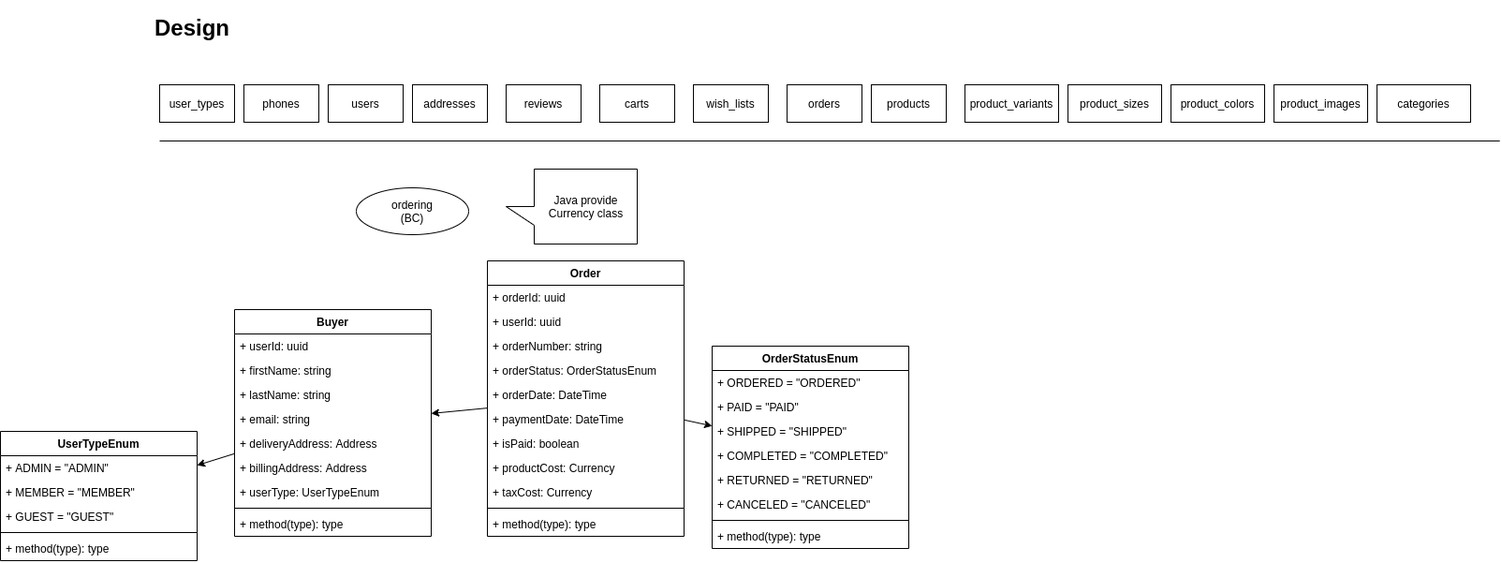
Earlier version of the draw.io export backend-uml.png (stsiwo/e-commerce-starter-kits). Source tidied: cells renumbered, new cells last; positions are measured from the earlier drawing's top-left corner, leaving out a move shared by most shapes.
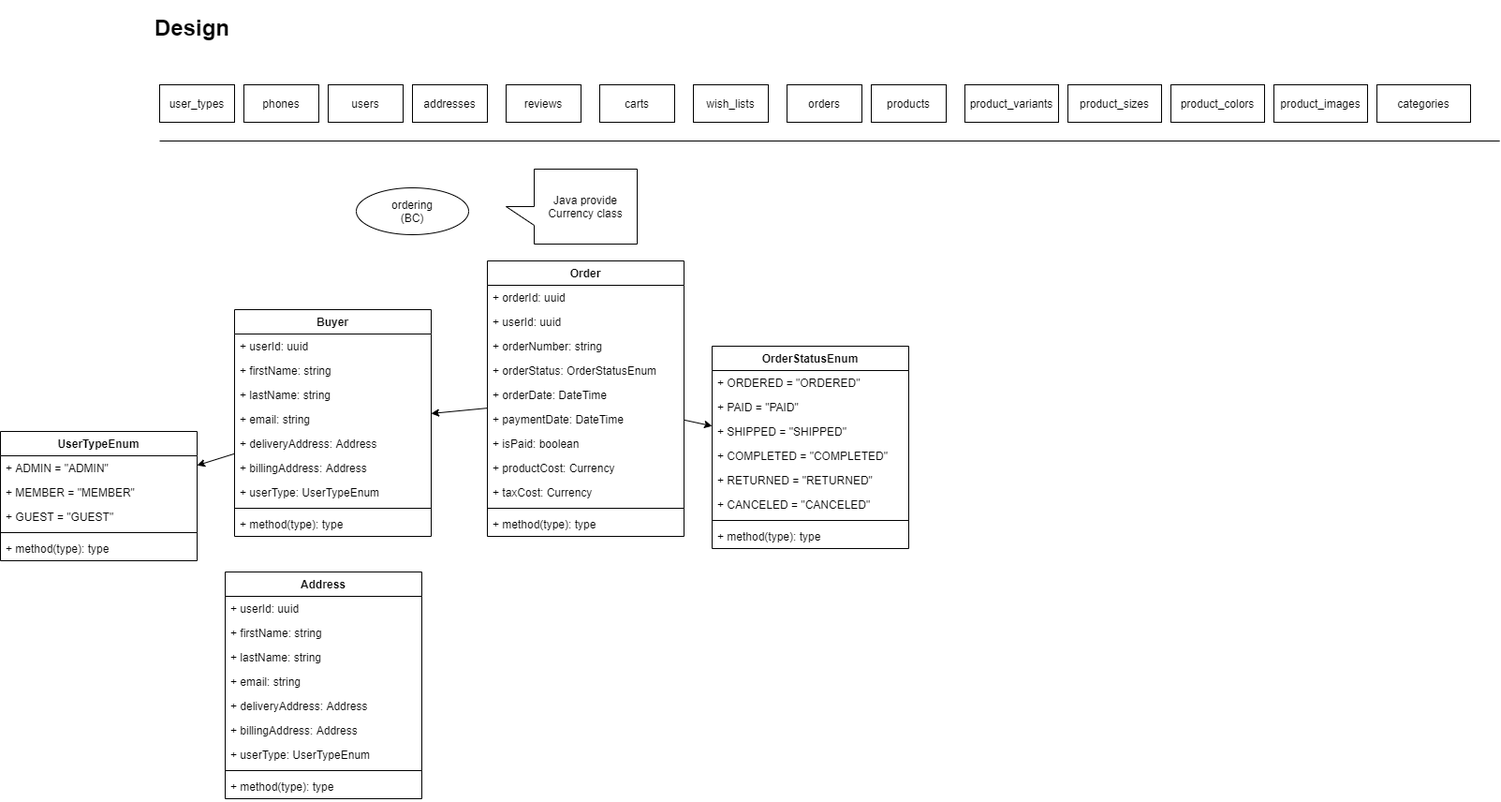
After the commit.

Diff of the diagram source:
```diff
@@ -179,5 +179,35 @@
     <mxCell id="59" value="+ method(type): type" style="text;strokeColor=none;fillColor=none;align=left;verticalAlign=top;spacingLeft=4;spacingRight=4;overflow=hidden;" parent="51" vertex="1">
       <mxGeometry y="190" width="210" height="26" as="geometry" />
     </mxCell>
+    <mxCell id="60" value="Address" style="swimlane;fontStyle=1;align=center;verticalAlign=top;horizontal=1;startSize=26;" parent="1" vertex="1">
+      <mxGeometry x="240" y="600" width="210" height="242" as="geometry" />
+    </mxCell>
+    <mxCell id="61" value="+ userId: uuid " style="text;strokeColor=none;fillColor=none;align=left;verticalAlign=top;spacingLeft=4;spacingRight=4;overflow=hidden;" parent="60" vertex="1">
+      <mxGeometry y="26" width="210" height="26" as="geometry" />
+    </mxCell>
+    <mxCell id="62" value="+ firstName: string" style="text;strokeColor=none;fillColor=none;align=left;verticalAlign=top;spacingLeft=4;spacingRight=4;overflow=hidden;" parent="60" vertex="1">
+      <mxGeometry y="52" width="210" height="26" as="geometry" />
+    </mxCell>
+    <mxCell id="63" value="+ lastName: string" style="text;strokeColor=none;fillColor=none;align=left;verticalAlign=top;spacingLeft=4;spacingRight=4;overflow=hidden;" parent="60" vertex="1">
+      <mxGeometry y="78" width="210" height="26" as="geometry" />
+    </mxCell>
+    <mxCell id="64" value="+ email: string" style="text;strokeColor=none;fillColor=none;align=left;verticalAlign=top;spacingLeft=4;spacingRight=4;overflow=hidden;" parent="60" vertex="1">
+      <mxGeometry y="104" width="210" height="26" as="geometry" />
+    </mxCell>
+    <mxCell id="65" value="+ deliveryAddress: Address" style="text;strokeColor=none;fillColor=none;align=left;verticalAlign=top;spacingLeft=4;spacingRight=4;overflow=hidden;" parent="60" vertex="1">
+      <mxGeometry y="130" width="210" height="26" as="geometry" />
+    </mxCell>
+    <mxCell id="66" value="+ billingAddress: Address" style="text;strokeColor=none;fillColor=none;align=left;verticalAlign=top;spacingLeft=4;spacingRight=4;overflow=hidden;" parent="60" vertex="1">
+      <mxGeometry y="156" width="210" height="26" as="geometry" />
+    </mxCell>
+    <mxCell id="67" value="+ userType: UserTypeEnum" style="text;strokeColor=none;fillColor=none;align=left;verticalAlign=top;spacingLeft=4;spacingRight=4;overflow=hidden;" parent="60" vertex="1">
+      <mxGeometry y="182" width="210" height="26" as="geometry" />
+    </mxCell>
+    <mxCell id="68" style="line;strokeWidth=1;fillColor=none;align=left;verticalAlign=middle;spacingTop=-1;spacingLeft=3;spacingRight=3;labelPosition=right;" parent="60" vertex="1">
+      <mxGeometry y="208" width="210" height="8" as="geometry" />
+    </mxCell>
+    <mxCell id="69" value="+ method(type): type" style="text;strokeColor=none;fillColor=none;align=left;verticalAlign=top;spacingLeft=4;spacingRight=4;overflow=hidden;" parent="60" vertex="1">
+      <mxGeometry y="216" width="210" height="26" as="geometry" />
+    </mxCell>
   </root>
 </mxGraphModel>
```
